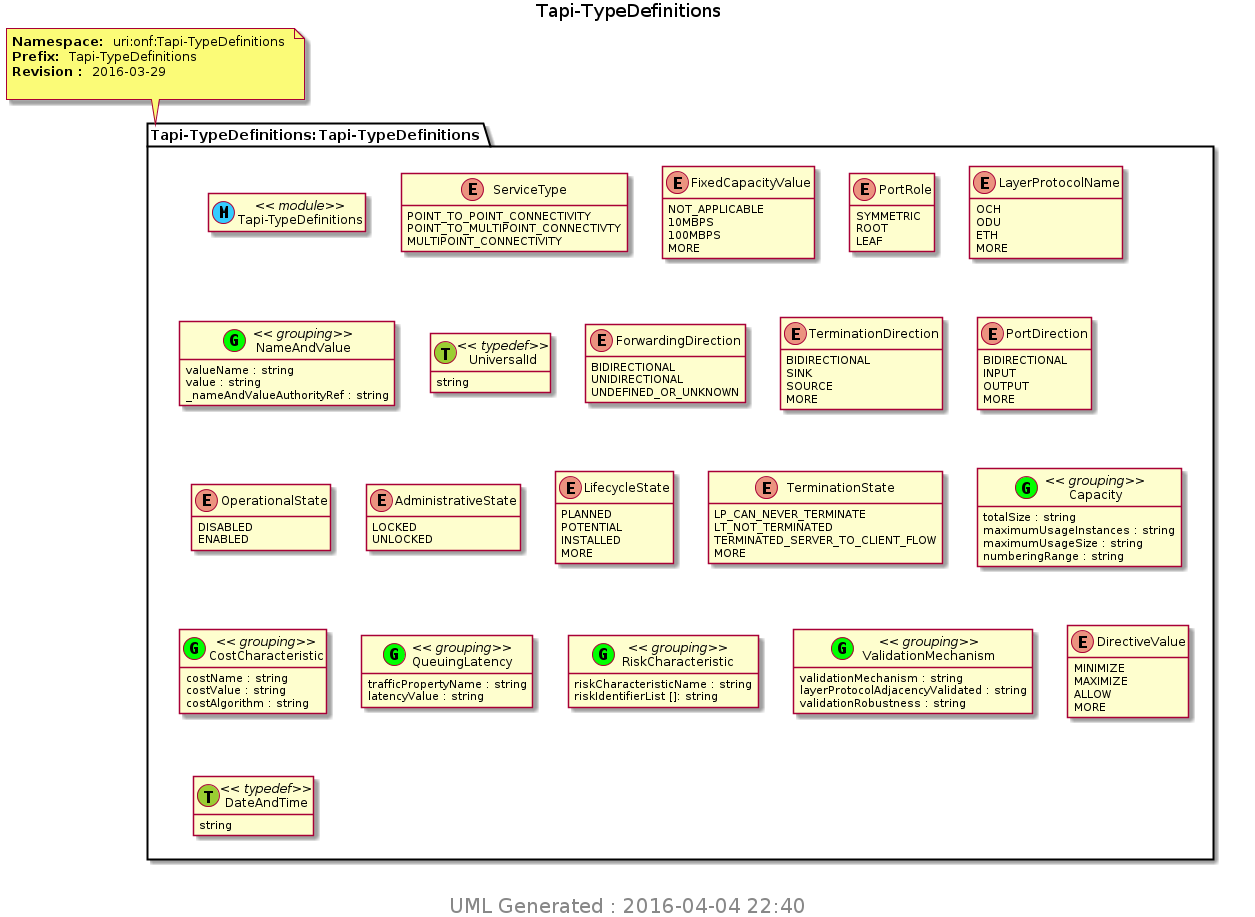
The PlantUML diagram TransportAPI/YANG/pyang_uml/Tapi-TypeDefinitions.png in Open-Network-Models-and-Interfaces-ONMI/TAPI, before a commit.
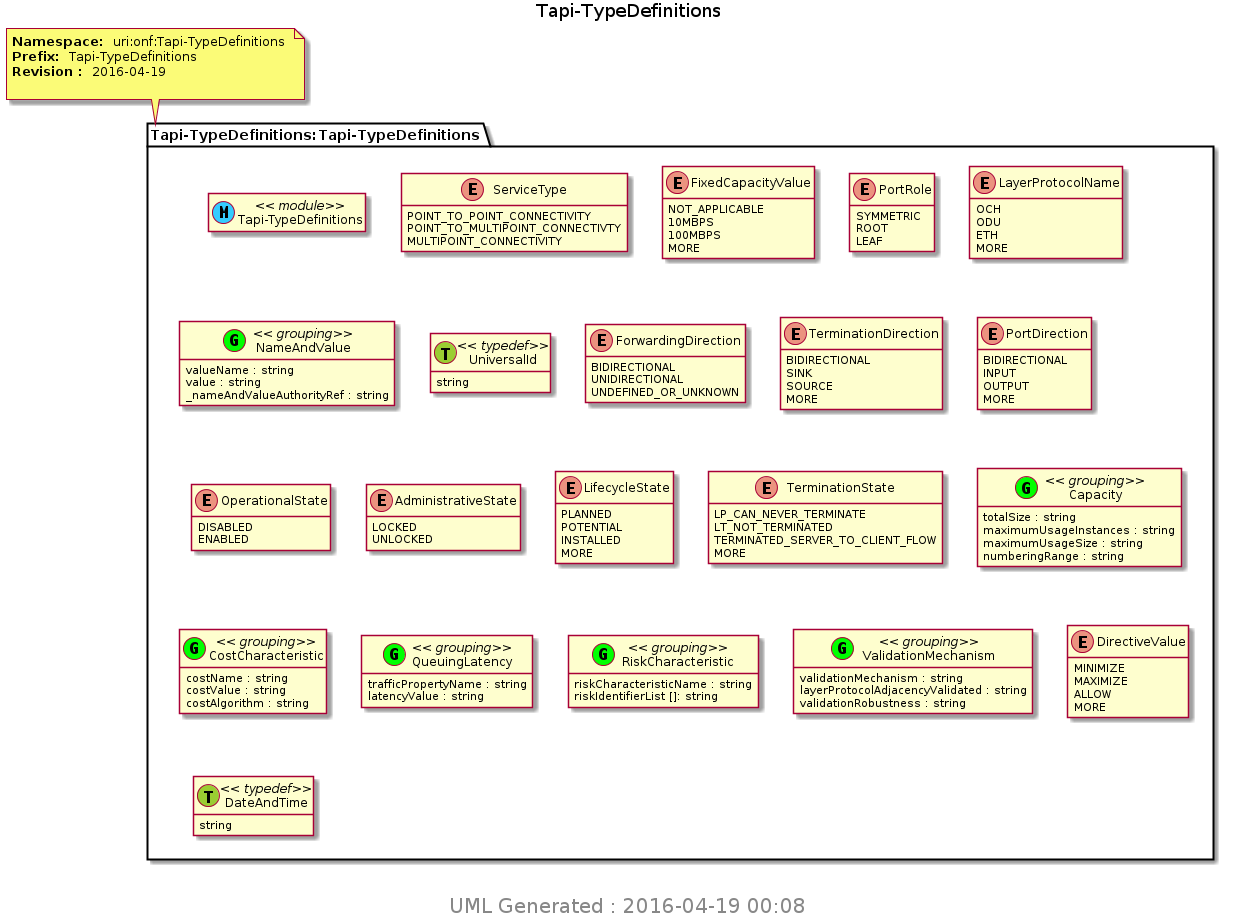
The same file after the commit.

Change to the diagram source:
```diff
@@ -8,7 +8,7 @@
 hide <<leafref>> circle
 page 1x1
 Title Tapi-TypeDefinitions
-note top of Tapi_TypeDefinitions_Tapi_TypeDefinitions : <b>Namespace: </b> uri:onf:Tapi-TypeDefinitions \n<b>Prefix: </b> Tapi-TypeDefinitions \n<b>Revision : </b> 2016-03-29 \n
+note top of Tapi_TypeDefinitions_Tapi_TypeDefinitions : <b>Namespace: </b> uri:onf:Tapi-TypeDefinitions \n<b>Prefix: </b> Tapi-TypeDefinitions \n<b>Revision : </b> 2016-04-19 \n
 package "Tapi-TypeDefinitions:Tapi-TypeDefinitions" as Tapi_TypeDefinitions_Tapi_TypeDefinitions {
 class "Tapi-TypeDefinitions" as Tapi_TypeDefinitions << (M, #33CCFF) module>>
 enum "ServiceType" as Tapi_TypeDefinitions_I_ServiceType {
@@ -106,6 +106,6 @@
 }
 
 center footer
- <size:20> UML Generated : 2016-04-04 22:40 </size>
+ <size:20> UML Generated : 2016-04-19 00:08 </size>
  endfooter
 @enduml
```
